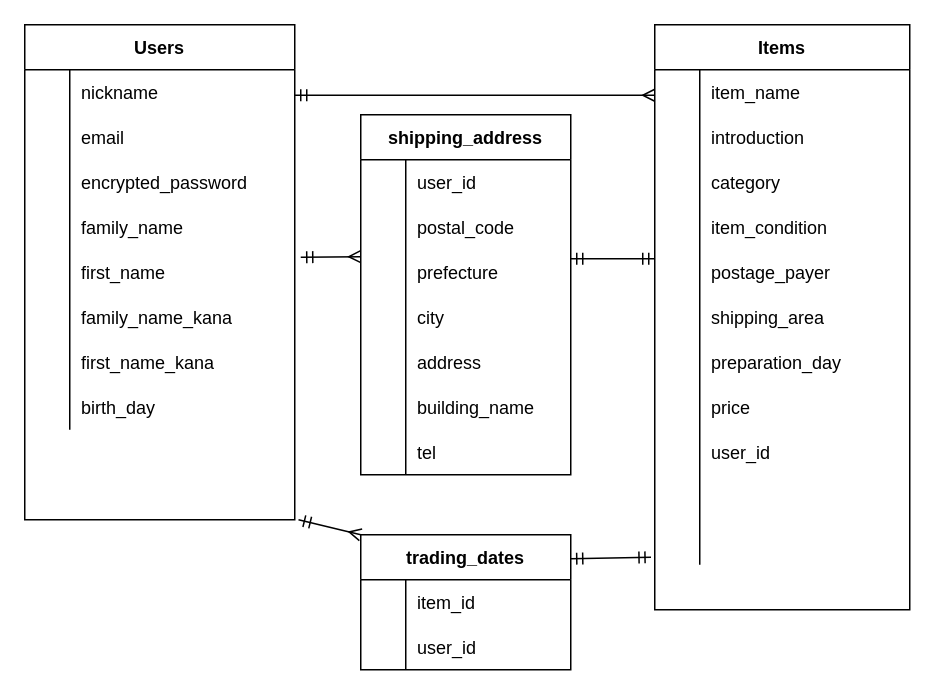
The draw.io diagram furima.dio in CKougami/furima-37663, before the edit. Source tidied: cells renumbered, new cells numbered last; positions are measured from the earlier drawing's top-left corner, leaving out a move shared by most shapes. Both pictures are drawn from the tidied source at 150%, with x=0, y=0 at pixel (24, 24).
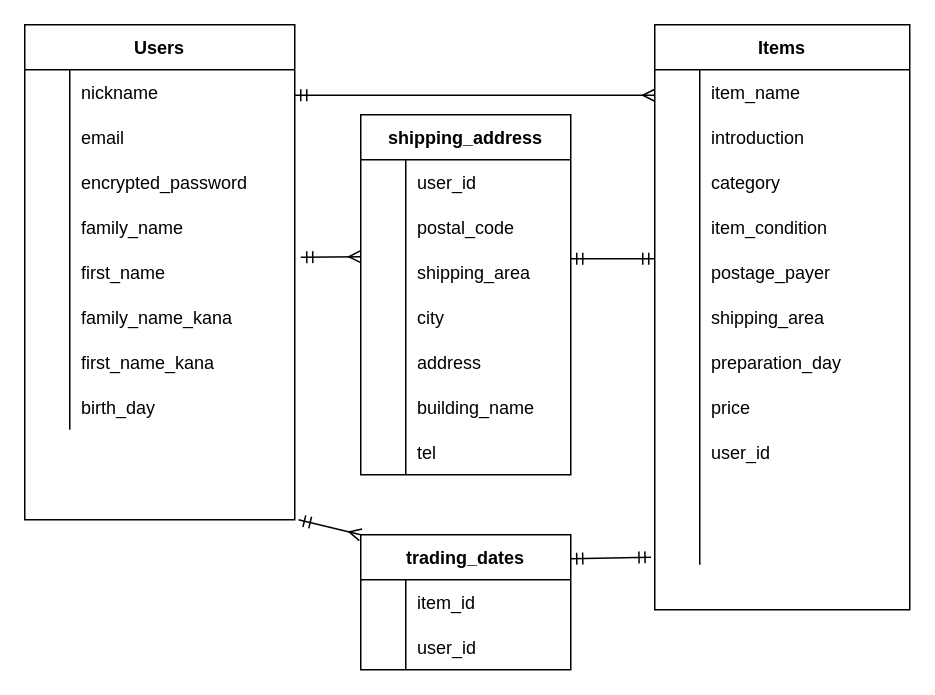
Above is the later version.

Commit message (it also covers changes not shown here):
データベース設計（shipping_address）

都道府県のカラム名を商品テーブルと統一し、カラム型をinteger へ修正しました。

Unchanged cells that the change refers to:
```xml
<mxCell id="79" style="shape=partialRectangle;fillColor=none;top=0;left=0;bottom=0;right=0;" parent="72" vertex="1">
  <mxGeometry y="90" width="140" height="30" as="geometry" />
</mxCell>
```

What changed in the source:
```diff
@@
-    <mxCell id="81" value="prefecture" style="shape=partialRectangle;fillColor=none;top=0;left=0;bottom=0;right=0;align=left;spacingLeft=6;overflow=hidden;" parent="79" vertex="1">
+    <mxCell id="81" value="shipping_area" style="shape=partialRectangle;fillColor=none;top=0;left=0;bottom=0;right=0;align=left;spacingLeft=6;overflow=hidden;" parent="79" vertex="1">
       <mxGeometry x="30" width="110" height="30" as="geometry" />
     </mxCell>
```
